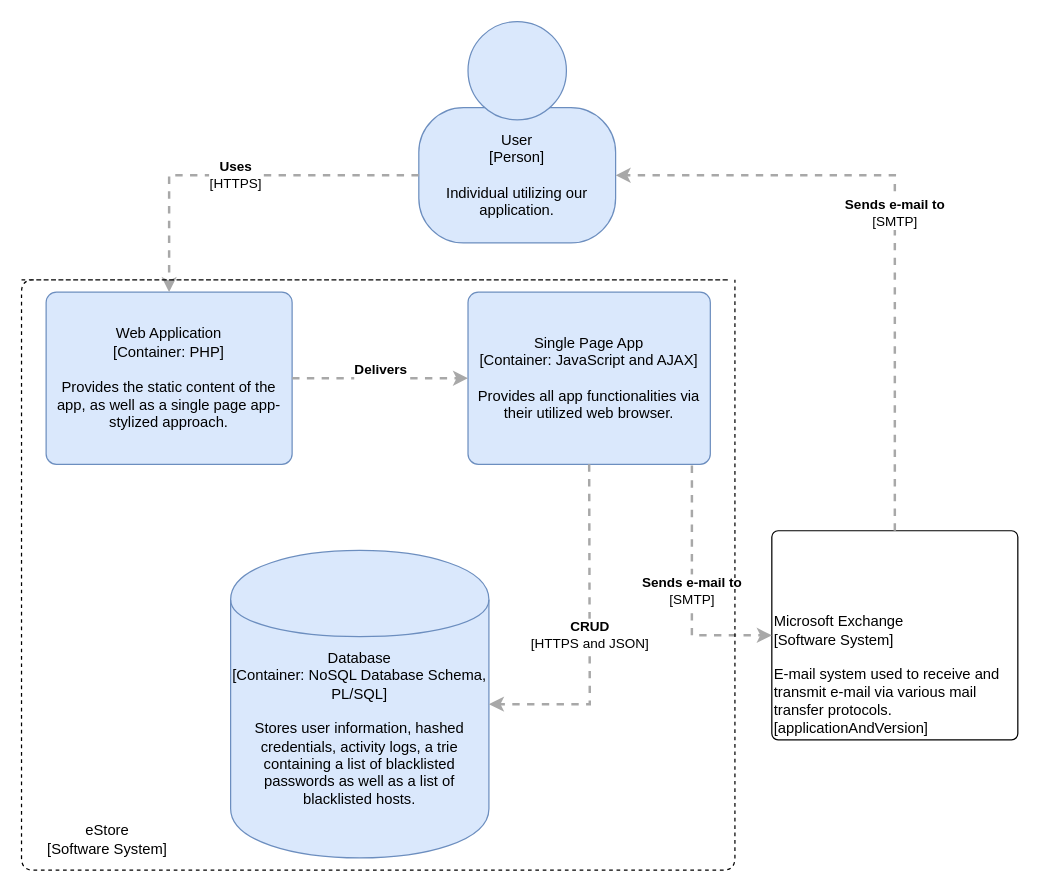
Paul-Reftu/DBMSP-2018-2019 keeps this draw.io diagram as estore_containers.drawio. Above is the earlier version. Source tidied: cells renumbered, new cells numbered last; positions are measured from the earlier drawing's top-left corner, leaving out a move shared by most shapes. Both pictures are drawn from the tidied source at 123%, with x=0, y=0 at pixel (21, 21).
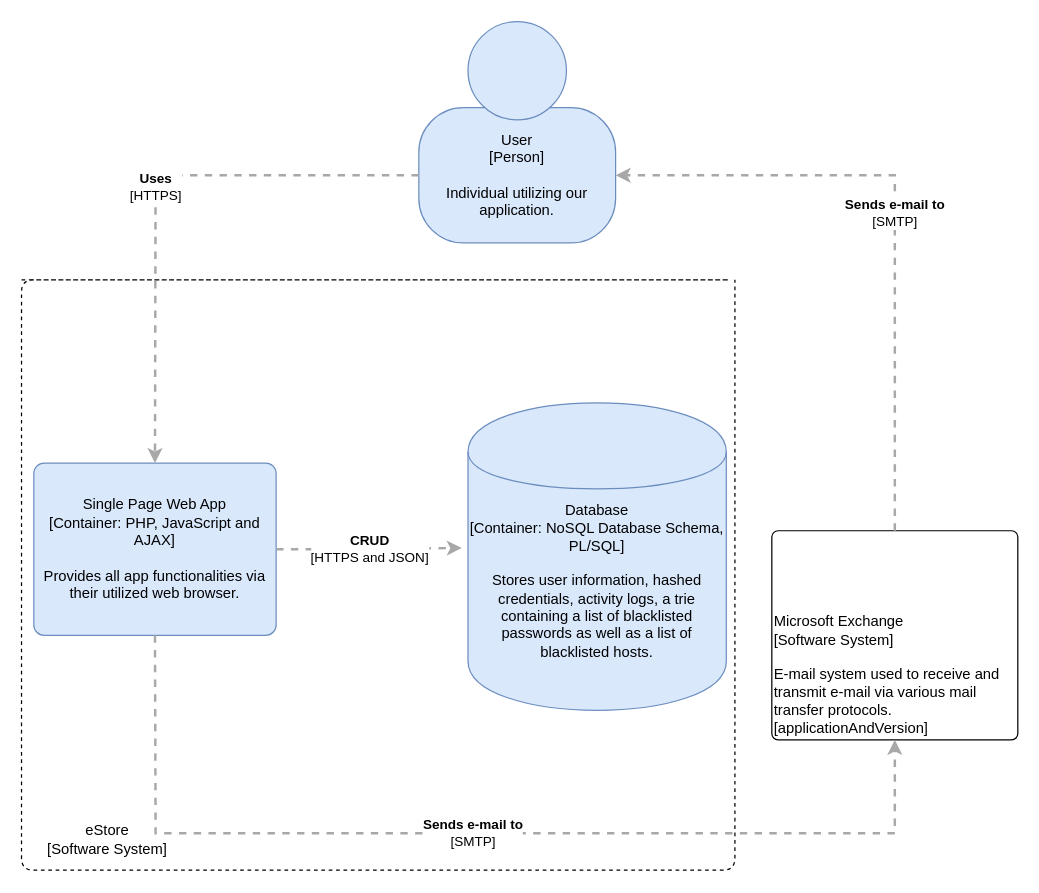
The same diagram, later.

The change refers to these unchanged cells:
```xml
<mxCell id="3" value="User&lt;div&gt;[Person]&lt;/div&gt;&lt;div&gt;&lt;br&gt;&lt;/div&gt;&lt;div&gt;Individual utilizing our application." style="rounded=1;whiteSpace=wrap;html=1;labelBackgroundColor=none;fillColor=#dae8fc;fontColor=#000000;align=center;arcSize=33;strokeColor=#6c8ebf;" parent="2" vertex="1">
  <mxGeometry y="70" width="160" height="110" as="geometry" />
</mxCell>
<mxCell id="5" value="&lt;div style=&quot;text-align: left&quot;&gt;Microsoft Exchange&lt;br&gt;[Software System]&lt;br&gt;&lt;br&gt;E-mail system used to receive&lt;span&gt;&amp;nbsp;and transmit e-mail via various mail transfer protocols.&lt;/span&gt;&lt;/div&gt;&lt;div style=&quot;text-align: left&quot;&gt;[applicationAndVersion]&lt;/div&gt;" style="rounded=1;whiteSpace=wrap;html=1;labelBackgroundColor=none;fillColor=#ffffff;fontColor=#000000;align=left;arcSize=3;strokeColor=#000000;verticalAlign=bottom;" parent="1" vertex="1">
  <mxGeometry x="610" y="414" width="200" height="170" as="geometry" />
</mxCell>
```

What changed in the source:
```diff
@@
-    <mxCell id="6" value="&lt;span&gt;Web Application&lt;/span&gt;&lt;div&gt;[Container:&amp;nbsp;&lt;span&gt;PHP&lt;/span&gt;&lt;span&gt;]&lt;/span&gt;&lt;/div&gt;&lt;div&gt;&lt;br&gt;&lt;/div&gt;&lt;div&gt;Provides the static content of the app, as well as a single page app-stylized approach.&lt;/div&gt;" style="rounded=1;whiteSpace=wrap;html=1;labelBackgroundColor=none;fillColor=#dae8fc;fontColor=#000000;align=center;arcSize=6;strokeColor=#6c8ebf;" parent="1" vertex="1">
-      <mxGeometry x="20" y="220" width="200" height="140" as="geometry" />
-    </mxCell>
-    <mxCell id="7" value="&lt;span&gt;Single Page App&lt;/span&gt;&lt;div&gt;[Container:&amp;nbsp;&lt;span&gt;JavaScript and AJAX&lt;/span&gt;&lt;span&gt;]&lt;/span&gt;&lt;/div&gt;&lt;div&gt;&lt;br&gt;&lt;/div&gt;&lt;div&gt;Provides all app functionalities via their utilized web browser.&lt;/div&gt;" style="rounded=1;whiteSpace=wrap;html=1;labelBackgroundColor=none;fillColor=#dae8fc;fontColor=#000000;align=center;arcSize=6;strokeColor=#6c8ebf;" parent="1" vertex="1">
-      <mxGeometry x="363" y="220" width="197" height="140" as="geometry" />
+    <mxCell id="7" value="&lt;span&gt;Single Page Web App&lt;/span&gt;&lt;div&gt;[Container:&amp;nbsp;&lt;span&gt;PHP, JavaScript and AJAX&lt;/span&gt;&lt;span&gt;]&lt;/span&gt;&lt;/div&gt;&lt;div&gt;&lt;br&gt;&lt;/div&gt;&lt;div&gt;Provides all app functionalities via their utilized web browser.&lt;/div&gt;" style="rounded=1;whiteSpace=wrap;html=1;labelBackgroundColor=none;fillColor=#dae8fc;fontColor=#000000;align=center;arcSize=6;strokeColor=#6c8ebf;" parent="1" vertex="1">
+      <mxGeometry x="10" y="359" width="197" height="140" as="geometry" />
     </mxCell>
     <mxCell id="8" value="&lt;span&gt;Database&lt;/span&gt;&lt;div&gt;[Container:&amp;nbsp;NoSQL Database Schema, PL/SQL]&lt;/div&gt;&lt;div&gt;&lt;br&gt;&lt;/div&gt;&lt;div&gt;Stores user information, hashed credentials, activity logs, a trie containing a list of blacklisted passwords as well as a list of blacklisted hosts.&lt;/div&gt;" style="shape=cylinder;whiteSpace=wrap;html=1;boundedLbl=1;rounded=0;labelBackgroundColor=none;fillColor=#dae8fc;fontSize=12;fontColor=#000000;align=center;strokeColor=#6c8ebf;" parent="1" vertex="1">
-      <mxGeometry x="170" y="430" width="210" height="250" as="geometry" />
+      <mxGeometry x="363" y="310" width="210" height="250" as="geometry" />
     </mxCell>
-    <mxCell id="9" value="&lt;div style=&quot;text-align: left&quot;&gt;&lt;div style=&quot;text-align: center&quot;&gt;&lt;b&gt;Uses&lt;/b&gt;&lt;/div&gt;&lt;div style=&quot;text-align: center&quot;&gt;[HTTPS]&lt;/div&gt;&lt;/div&gt;" style="edgeStyle=none;rounded=0;html=1;entryX=0.5;entryY=0;jettySize=auto;strokeColor=#A8A8A8;strokeWidth=2;fontColor=#000000;jumpStyle=none;dashed=1;exitX=0;exitY=0.5;exitDx=0;exitDy=0;entryDx=0;entryDy=0;" parent="1" edge="1" source="3" target="6">
+    <mxCell id="9" value="&lt;div style=&quot;text-align: left&quot;&gt;&lt;div style=&quot;text-align: center&quot;&gt;&lt;b&gt;Uses&lt;/b&gt;&lt;/div&gt;&lt;div style=&quot;text-align: center&quot;&gt;[HTTPS]&lt;/div&gt;&lt;/div&gt;" style="edgeStyle=none;rounded=0;html=1;entryX=0.5;entryY=0;jettySize=auto;strokeColor=#A8A8A8;strokeWidth=2;fontColor=#000000;jumpStyle=none;dashed=1;exitX=0;exitY=0.5;exitDx=0;exitDy=0;entryDx=0;entryDy=0;" parent="1" edge="1" source="3" target="7">
       <mxGeometry relative="1" as="geometry">
         <Array as="points">
-          <mxPoint x="120" y="125" />
+          <mxPoint x="109" y="125" />
         </Array>
       </mxGeometry>
     </mxCell>
-    <mxCell id="10" value="&lt;div style=&quot;text-align: left&quot;&gt;&lt;div style=&quot;text-align: center&quot;&gt;&lt;b&gt;Delivers&lt;/b&gt;&lt;/div&gt;&lt;div style=&quot;text-align: center&quot;&gt;&lt;br&gt;&lt;/div&gt;&lt;/div&gt;" style="edgeStyle=none;rounded=0;html=1;entryX=0;entryY=0.5;jettySize=auto;strokeColor=#A8A8A8;strokeWidth=2;fontColor=#000000;jumpStyle=none;dashed=1;exitX=1;exitY=0.5;exitDx=0;exitDy=0;entryDx=0;entryDy=0;" parent="1" edge="1" source="6" target="7">
-      <mxGeometry relative="1" as="geometry" />
-    </mxCell>
-    <mxCell id="11" value="&lt;div style=&quot;text-align: left&quot;&gt;&lt;div style=&quot;text-align: center&quot;&gt;&lt;b&gt;CRUD&lt;/b&gt;&lt;/div&gt;&lt;div style=&quot;text-align: center&quot;&gt;[HTTPS and JSON]&lt;/div&gt;&lt;/div&gt;" style="edgeStyle=none;rounded=0;html=1;entryX=1;entryY=0.5;jettySize=auto;strokeColor=#A8A8A8;strokeWidth=2;fontColor=#000000;jumpStyle=none;dashed=1;exitX=0.5;exitY=1;exitDx=0;exitDy=0;entryDx=0;entryDy=0;" parent="1" edge="1" source="7" target="8">
+    <mxCell id="11" value="&lt;div style=&quot;text-align: left&quot;&gt;&lt;div style=&quot;text-align: center&quot;&gt;&lt;b&gt;CRUD&lt;/b&gt;&lt;/div&gt;&lt;div style=&quot;text-align: center&quot;&gt;[HTTPS and JSON]&lt;/div&gt;&lt;/div&gt;" style="edgeStyle=none;rounded=0;html=1;jettySize=auto;strokeColor=#A8A8A8;strokeWidth=2;fontColor=#000000;jumpStyle=none;dashed=1;exitX=1;exitY=0.5;exitDx=0;exitDy=0;" parent="1" edge="1" source="7">
       <mxGeometry relative="1" as="geometry">
+        <mxPoint x="358" y="428" as="targetPoint" />
         <Array as="points">
-          <mxPoint x="462" y="555" />
+          <mxPoint x="270" y="429" />
         </Array>
       </mxGeometry>
     </mxCell>
-    <mxCell id="12" value="&lt;div style=&quot;text-align: left&quot;&gt;&lt;div style=&quot;text-align: center&quot;&gt;&lt;b&gt;Sends e-mail to&lt;/b&gt;&lt;/div&gt;&lt;div style=&quot;text-align: center&quot;&gt;[SMTP]&lt;/div&gt;&lt;/div&gt;" style="edgeStyle=none;rounded=0;html=1;entryX=0;entryY=0.5;jettySize=auto;strokeColor=#A8A8A8;strokeWidth=2;fontColor=#000000;jumpStyle=none;dashed=1;exitX=0.924;exitY=1.007;exitDx=0;exitDy=0;entryDx=0;entryDy=0;exitPerimeter=0;" parent="1" edge="1" source="7" target="5">
+    <mxCell id="12" value="&lt;div style=&quot;text-align: left&quot;&gt;&lt;div style=&quot;text-align: center&quot;&gt;&lt;b&gt;Sends e-mail to&lt;/b&gt;&lt;/div&gt;&lt;div style=&quot;text-align: center&quot;&gt;[SMTP]&lt;/div&gt;&lt;/div&gt;" style="edgeStyle=none;rounded=0;html=1;entryX=0.5;entryY=1;jettySize=auto;strokeColor=#A8A8A8;strokeWidth=2;fontColor=#000000;jumpStyle=none;dashed=1;exitX=0.5;exitY=1;exitDx=0;exitDy=0;entryDx=0;entryDy=0;" parent="1" edge="1" source="7" target="5">
       <mxGeometry relative="1" as="geometry">
         <Array as="points">
-          <mxPoint x="545" y="499" />
+          <mxPoint x="109" y="660" />
+          <mxPoint x="710" y="660" />
         </Array>
       </mxGeometry>
     </mxCell>
```
